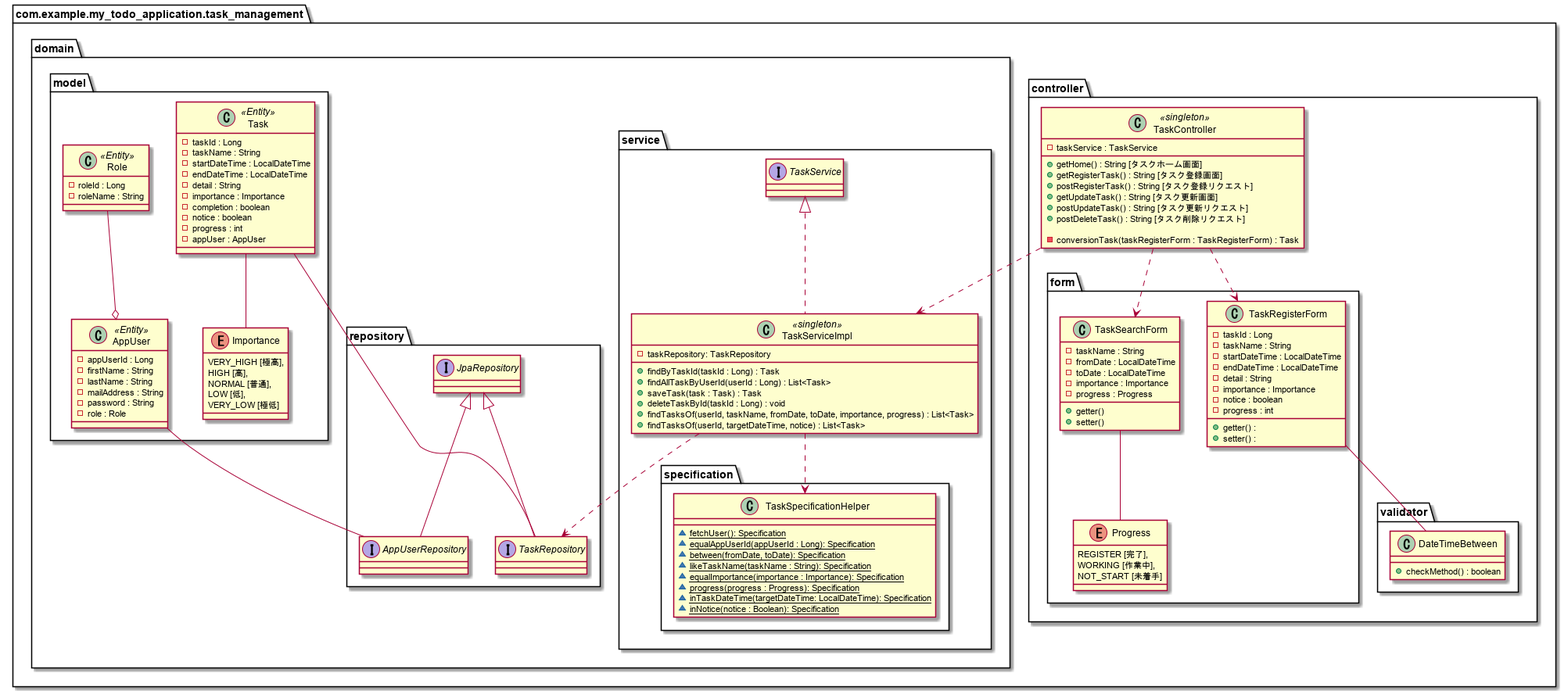
Before: plantuml/task_relation_class.png, a diagram exported from PlantUML (yasusi-1234/my_todo_application).
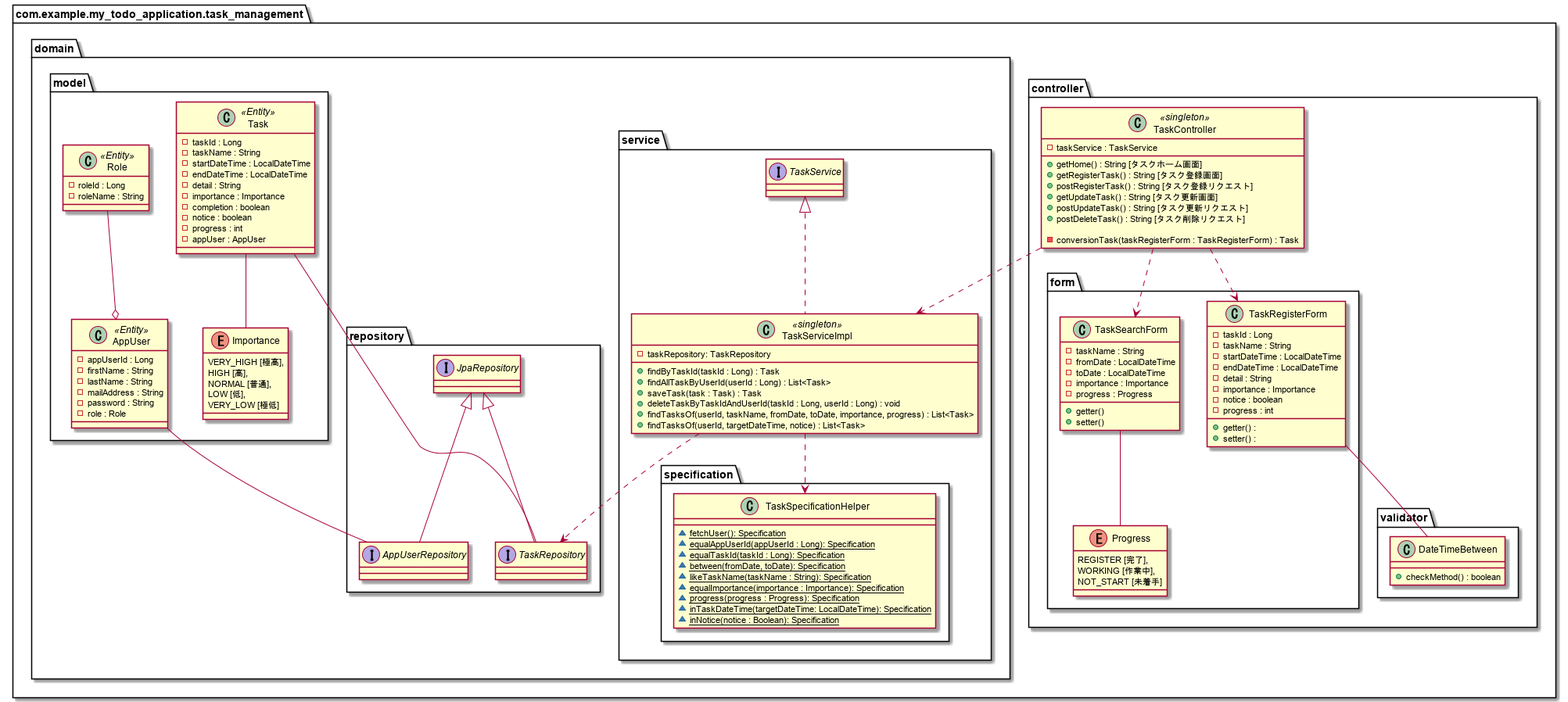
Above is the later version.

Commit message:
タスク関連のクラス図の修正

The edit, as a diff of the source:
```diff
@@ -66,7 +66,7 @@
                 + findByTaskId(taskId : Long) : Task
                 + findAllTaskByUserId(userId : Long) : List<Task>
                 + saveTask(task : Task) : Task
-                + deleteTaskById(taskId : Long) : void
+                + deleteTaskByTaskIdAndUserId(taskId : Long, userId : Long) : void
                 + findTasksOf(userId, taskName, fromDate, toDate, importance, progress) : List<Task>
                 + findTasksOf(userId, targetDateTime, notice) : List<Task>
             }
@@ -75,6 +75,7 @@
                 class TaskSpecificationHelper{
                     ~ {static} fetchUser(): Specification
                     ~ {static} equalAppUserId(appUserId : Long): Specification
+                    ~ {static} equalTaskId(taskId : Long): Specification
                     ~ {static} between(fromDate, toDate): Specification
                     ~ {static} likeTaskName(taskName : String): Specification
                     ~ {static} equalImportance(importance : Importance): Specification
```
